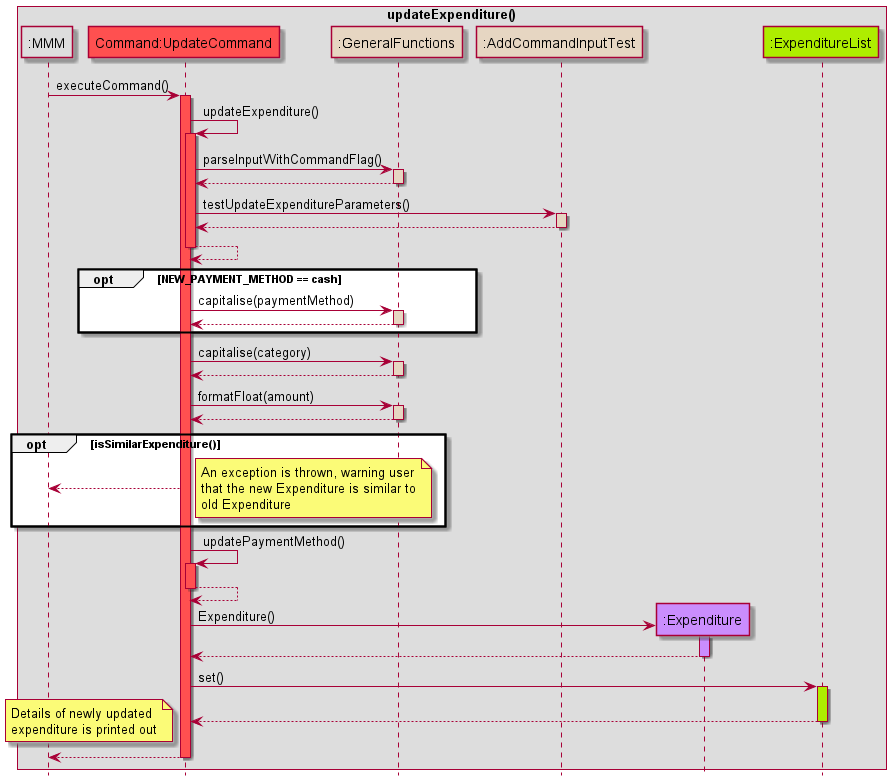
This is docs/images/UpdateExpenditureSequenceDiagram.png from nus-cs2113-AY2122S2/tp, a PlantUML export, as it was before one commit.
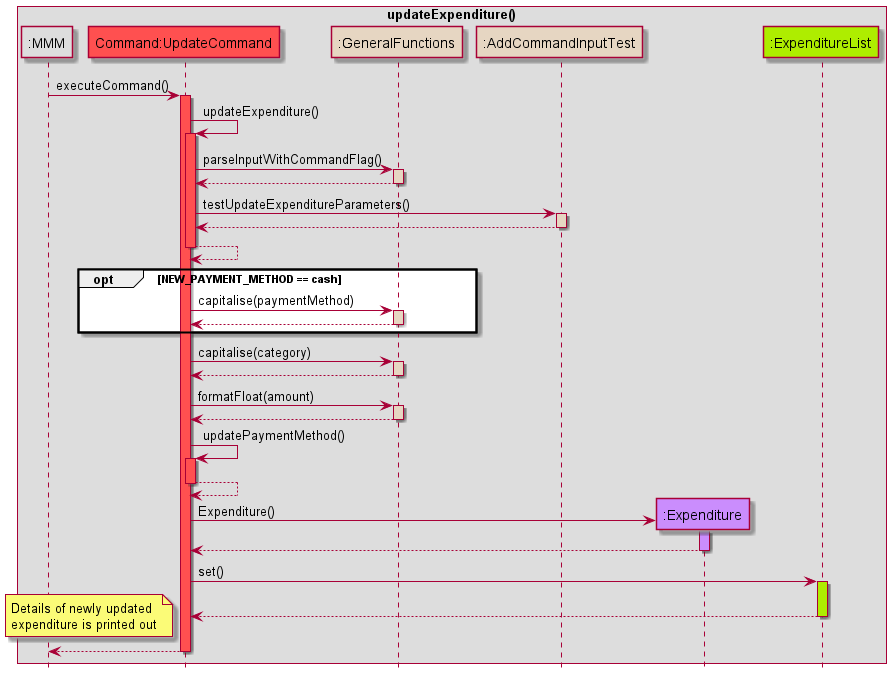
After the change.

Commit message:
Update sequence diagrams

Diff of the diagram source:
```diff
@@ -50,15 +50,6 @@
 GeneralFunctions --> updateCommand
 deactivate GeneralFunctions
 
-opt isSimilarExpenditure()
-updateCommand --> MMM
-note right
-An exception is thrown, warning user
-that the new Expenditure is similar to
-old Expenditure
-end note
-end
-
 updateCommand -> updateCommand: updatePaymentMethod()
 activate updateCommand COMMANDS_COLOUR
 updateCommand --> updateCommand
```
